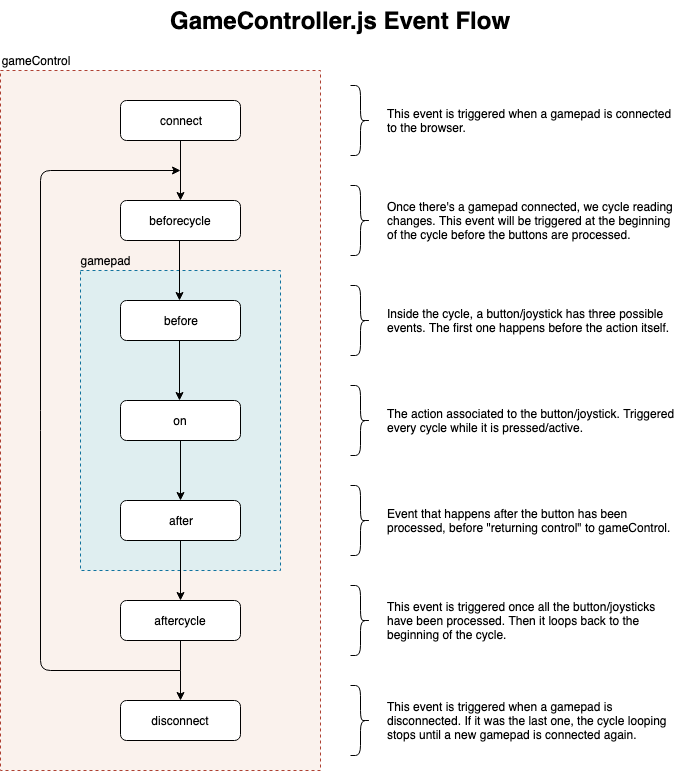
The draw.io diagram public/gamecontrollerjs-event-flow.png in alvaromontoro/gamecontroller.js, before a commit. Source tidied: cells renumbered, new cells last; positions are measured from the earlier drawing's top-left corner, leaving out a move shared by most shapes.
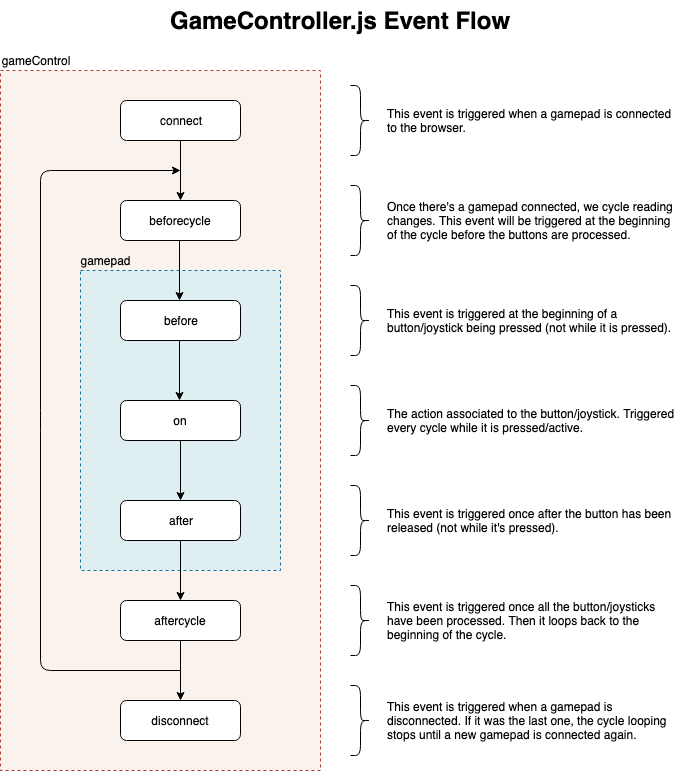
Later version of the same file.

Commit message:
Update wording in chart

Change to the diagram source:
```diff
@@ -110,13 +110,13 @@
     <mxCell id="28" value="Once there's a gamepad connected, we cycle reading changes. This event will be triggered at the beginning of the cycle before the buttons are processed." style="text;html=1;strokeColor=none;fillColor=none;align=left;verticalAlign=middle;whiteSpace=wrap;rounded=0;" parent="1" vertex="1">
       <mxGeometry x="385" y="200" width="295" height="40" as="geometry" />
     </mxCell>
-    <mxCell id="29" value="Inside the cycle, a button/joystick has three possible events. The first one happens before the action itself.&lt;span style=&quot;font-family: &amp;#34;helvetica&amp;#34; , &amp;#34;arial&amp;#34; , sans-serif ; font-size: 0px ; white-space: nowrap&quot;&gt;%3CmxGraphModel%3E%3Croot%3E%3CmxCell%20id%3D%220%22%2F%3E%3CmxCell%20id%3D%221%22%20parent%3D%220%22%2F%3E%3CmxCell%20id%3D%222%22%20value%3D%22Once%20there's%20a%20gamepad%20connected%2C%20we%20cycle%20reading%20changes.%20This%20event%20will%20be%20triggered%20before%20the%20button%20events%20are%20processed.%22%20style%3D%22text%3Bhtml%3D1%3BstrokeColor%3Dnone%3BfillColor%3Dnone%3Balign%3Dleft%3BverticalAlign%3Dmiddle%3BwhiteSpace%3Dwrap%3Brounded%3D0%3B%22%20vertex%3D%221%22%20parent%3D%221%22%3E%3CmxGeometry%20x%3D%22425%22%20y%3D%22190%22%20width%3D%22255%22%20height%3D%2240%22%20as%3D%22geometry%22%2F%3E%3C%2FmxCell%3E%3C%2Froot%3E%3C%2FmxGraphModel%3E&lt;/span&gt;" style="text;html=1;strokeColor=none;fillColor=none;align=left;verticalAlign=middle;whiteSpace=wrap;rounded=0;" parent="1" vertex="1">
+    <mxCell id="29" value="This event is triggered at the beginning of a button/joystick being pressed (not while it is pressed)." style="text;html=1;strokeColor=none;fillColor=none;align=left;verticalAlign=middle;whiteSpace=wrap;rounded=0;" parent="1" vertex="1">
       <mxGeometry x="385" y="300" width="295" height="40" as="geometry" />
     </mxCell>
     <mxCell id="30" value="The action associated to the button/joystick. Triggered every cycle while it is pressed/active." style="text;html=1;strokeColor=none;fillColor=none;align=left;verticalAlign=middle;whiteSpace=wrap;rounded=0;" parent="1" vertex="1">
       <mxGeometry x="385" y="400" width="295" height="40" as="geometry" />
     </mxCell>
-    <mxCell id="31" value="Event that happens after the button has been processed, before &quot;returning control&quot; to gameControl." style="text;html=1;strokeColor=none;fillColor=none;align=left;verticalAlign=middle;whiteSpace=wrap;rounded=0;" parent="1" vertex="1">
+    <mxCell id="31" value="This event is triggered once after the button has been released (not while it's pressed)." style="text;html=1;strokeColor=none;fillColor=none;align=left;verticalAlign=middle;whiteSpace=wrap;rounded=0;" parent="1" vertex="1">
       <mxGeometry x="385" y="500" width="295" height="40" as="geometry" />
     </mxCell>
     <mxCell id="32" value="This event is triggered once all the button/joysticks have been processed. Then it loops back to the beginning of the cycle." style="text;html=1;strokeColor=none;fillColor=none;align=left;verticalAlign=middle;whiteSpace=wrap;rounded=0;" parent="1" vertex="1">
```
